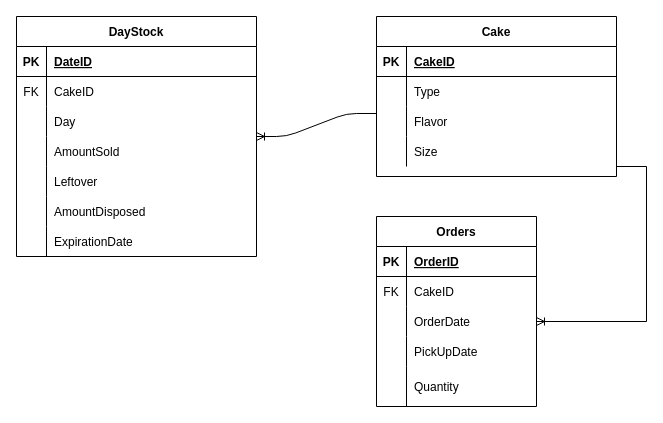
Earlier version of the draw.io diagram final_proj_ERD.drawio (kynanhui/CS157a_Final_Project). Source tidied: cells renumbered, new cells numbered last; positions are measured from the earlier drawing's top-left corner, leaving out a move shared by most shapes. Both pictures are drawn from the tidied source at 100%, with x=0, y=0 at pixel (16, 16).
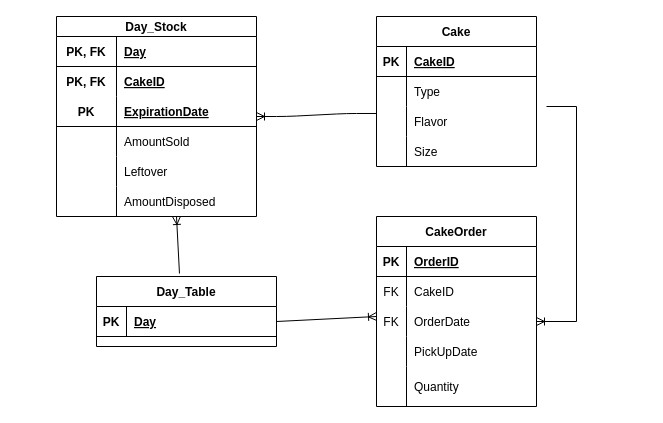
The same page after the edit.

Unchanged cells that the change refers to:
```xml
<mxCell id="44" style="shape=tableRow;horizontal=0;startSize=0;swimlaneHead=0;swimlaneBody=0;fillColor=none;points=[[0,0.5],[1,0.5]];portConstraint=eastwest;top=0;left=0;right=0;bottom=0;" parent="37" vertex="1">
  <mxGeometry y="90" width="160" height="30" as="geometry" />
</mxCell>
```

The edit, as a diff of the source:
```diff
@@
     <mxCell id="2" value="Cake" style="shape=table;startSize=30;childLayout=tableLayout;rowLines=0;fontStyle=1;align=center;rounded=0;" parent="1" vertex="1">
-      <mxGeometry x="360" width="240" height="160" as="geometry" />
+      <mxGeometry x="360" width="160" height="150" as="geometry" />
     </mxCell>
     <mxCell id="3" style="shape=partialRectangle;fillColor=none;top=0;left=0;right=0;bottom=1;rounded=0;" parent="2" vertex="1">
-      <mxGeometry y="30" width="240" height="30" as="geometry" />
+      <mxGeometry y="30" width="160" height="30" as="geometry" />
     </mxCell>
@@
     <mxCell id="5" value="CakeID" style="shape=partialRectangle;overflow=hidden;fillColor=none;top=0;left=0;bottom=0;right=0;align=left;spacingLeft=6;fontStyle=5;rounded=0;" parent="3" vertex="1">
-      <mxGeometry x="30" width="210" height="30" as="geometry" />
+      <mxGeometry x="30" width="130" height="30" as="geometry" />
     </mxCell>
     <mxCell id="6" style="shape=partialRectangle;fillColor=none;top=0;left=0;right=0;bottom=0;rounded=0;" parent="2" vertex="1">
-      <mxGeometry y="60" width="240" height="30" as="geometry" />
+      <mxGeometry y="60" width="160" height="30" as="geometry" />
     </mxCell>
@@
     <mxCell id="8" value="Type" style="shape=partialRectangle;overflow=hidden;fillColor=none;top=0;left=0;bottom=0;right=0;align=left;spacingLeft=6;rounded=0;" parent="6" vertex="1">
-      <mxGeometry x="30" width="210" height="30" as="geometry" />
+      <mxGeometry x="30" width="130" height="30" as="geometry" />
     </mxCell>
     <mxCell id="9" style="shape=partialRectangle;fillColor=none;points=[[0,0.5],[1,0.5]];portConstraint=eastwest;top=0;left=0;right=0;bottom=0;rounded=0;" parent="2" vertex="1">
-      <mxGeometry y="90" width="240" height="30" as="geometry" />
+      <mxGeometry y="90" width="160" height="30" as="geometry" />
     </mxCell>
@@
     <mxCell id="11" value="Flavor" style="shape=partialRectangle;overflow=hidden;fillColor=none;top=0;left=0;bottom=0;right=0;align=left;spacingLeft=6;rounded=0;" parent="9" vertex="1">
-      <mxGeometry x="30" width="210" height="30" as="geometry" />
+      <mxGeometry x="30" width="130" height="30" as="geometry" />
     </mxCell>
     <mxCell id="12" style="shape=tableRow;horizontal=0;startSize=0;swimlaneHead=0;swimlaneBody=0;fillColor=none;top=0;left=0;right=0;bottom=0;" parent="2" vertex="1">
-      <mxGeometry y="120" width="240" height="30" as="geometry" />
+      <mxGeometry y="120" width="160" height="30" as="geometry" />
     </mxCell>
@@
     <mxCell id="14" value="Size" style="shape=partialRectangle;fillColor=none;top=0;left=0;bottom=0;right=0;align=left;spacingLeft=6;overflow=hidden;" parent="12" vertex="1">
-      <mxGeometry x="30" width="210" height="30" as="geometry" />
+      <mxGeometry x="30" width="130" height="30" as="geometry" />
     </mxCell>
-    <mxCell id="15" value="DayStock" style="shape=table;startSize=30;childLayout=tableLayout;rowLines=0;fontStyle=1;align=center;rounded=0;" parent="1" vertex="1">
-      <mxGeometry width="240" height="240" as="geometry" />
+    <mxCell id="15" value="Day_Stock" style="shape=table;startSize=20;childLayout=tableLayout;rowLines=0;fontStyle=1;align=center;rounded=0;" parent="1" vertex="1">
+      <mxGeometry x="40" width="200" height="200" as="geometry" />
     </mxCell>
     <mxCell id="16" style="shape=partialRectangle;fillColor=none;top=0;left=0;right=0;bottom=1;rounded=0;" parent="15" vertex="1">
-      <mxGeometry y="30" width="240" height="30" as="geometry" />
+      <mxGeometry y="20" width="200" height="30" as="geometry" />
     </mxCell>
-    <mxCell id="17" value="PK" style="shape=partialRectangle;overflow=hidden;fillColor=none;top=0;left=0;bottom=0;right=0;fontStyle=1;rounded=0;" parent="16" vertex="1">
-      <mxGeometry width="30" height="30" as="geometry" />
+    <mxCell id="17" value="PK, FK" style="shape=partialRectangle;overflow=hidden;fillColor=none;top=0;left=0;bottom=0;right=0;fontStyle=1;rounded=0;" parent="16" vertex="1">
+      <mxGeometry width="60" height="30" as="geometry" />
     </mxCell>
-    <mxCell id="18" value="DateID" style="shape=partialRectangle;overflow=hidden;fillColor=none;top=0;left=0;bottom=0;right=0;align=left;spacingLeft=6;fontStyle=5;rounded=0;" parent="16" vertex="1">
-      <mxGeometry x="30" width="210" height="30" as="geometry" />
+    <mxCell id="18" value="Day" style="shape=partialRectangle;overflow=hidden;fillColor=none;top=0;left=0;bottom=0;right=0;align=left;spacingLeft=6;fontStyle=5;rounded=0;" parent="16" vertex="1">
+      <mxGeometry x="60" width="140" height="30" as="geometry" />
     </mxCell>
     <mxCell id="19" style="shape=tableRow;horizontal=0;startSize=0;swimlaneHead=0;swimlaneBody=0;fillColor=none;top=0;left=0;right=0;bottom=0;" parent="15" vertex="1">
-      <mxGeometry y="60" width="240" height="30" as="geometry" />
+      <mxGeometry y="50" width="200" height="30" as="geometry" />
     </mxCell>
-    <mxCell id="20" value="FK" style="shape=partialRectangle;fillColor=none;top=0;left=0;bottom=0;right=0;fontStyle=0;overflow=hidden;" parent="19" vertex="1">
-      <mxGeometry width="30" height="30" as="geometry" />
+    <mxCell id="20" value="PK, FK" style="shape=partialRectangle;fillColor=none;top=0;left=0;bottom=0;right=0;fontStyle=1;overflow=hidden;" parent="19" vertex="1">
+      <mxGeometry width="60" height="30" as="geometry" />
     </mxCell>
-    <mxCell id="21" value="CakeID" style="shape=partialRectangle;fillColor=none;top=0;left=0;bottom=0;right=0;align=left;spacingLeft=6;fontStyle=0;overflow=hidden;" parent="19" vertex="1">
-      <mxGeometry x="30" width="210" height="30" as="geometry" />
+    <mxCell id="21" value="CakeID" style="shape=partialRectangle;fillColor=none;top=0;left=0;bottom=0;right=0;align=left;spacingLeft=6;fontStyle=5;overflow=hidden;" parent="19" vertex="1">
+      <mxGeometry x="60" width="140" height="30" as="geometry" />
     </mxCell>
-    <mxCell id="22" style="shape=tableRow;horizontal=0;startSize=0;swimlaneHead=0;swimlaneBody=0;fillColor=none;top=0;left=0;right=0;bottom=0;" parent="15" vertex="1">
-      <mxGeometry y="90" width="240" height="30" as="geometry" />
-    </mxCell>
-    <mxCell id="23" style="shape=partialRectangle;fillColor=none;top=0;left=0;bottom=0;right=0;overflow=hidden;" parent="22" vertex="1">
-      <mxGeometry width="30" height="30" as="geometry" />
-    </mxCell>
-    <mxCell id="24" value="Day" style="shape=partialRectangle;fillColor=none;top=0;left=0;bottom=0;right=0;align=left;spacingLeft=6;overflow=hidden;" parent="22" vertex="1">
-      <mxGeometry x="30" width="210" height="30" as="geometry" />
-    </mxCell>
+    <mxCell id="55" style="shape=tableRow;horizontal=0;startSize=0;swimlaneHead=0;swimlaneBody=0;fillColor=none;top=0;left=0;right=0;bottom=1;" parent="15" vertex="1">
+      <mxGeometry y="80" width="200" height="30" as="geometry" />
+    </mxCell>
+    <mxCell id="56" value="PK" style="shape=partialRectangle;fillColor=none;top=0;left=0;bottom=0;right=0;fontStyle=1;overflow=hidden;" parent="55" vertex="1">
+      <mxGeometry width="60" height="30" as="geometry" />
+    </mxCell>
+    <mxCell id="36" value="ExpirationDate" style="shape=partialRectangle;fillColor=none;top=0;left=0;bottom=0;right=0;align=left;spacingLeft=6;fontStyle=5;overflow=hidden;" parent="55" vertex="1">
+      <mxGeometry x="60" width="140" height="30" as="geometry" />
+    </mxCell>
     <mxCell id="25" style="shape=partialRectangle;fillColor=none;top=0;left=0;right=0;bottom=0;rounded=0;" parent="15" vertex="1">
-      <mxGeometry y="120" width="240" height="30" as="geometry" />
+      <mxGeometry y="110" width="200" height="30" as="geometry" />
     </mxCell>
     <mxCell id="26" style="shape=partialRectangle;overflow=hidden;fillColor=none;top=0;left=0;bottom=0;right=0;rounded=0;" parent="25" vertex="1">
-      <mxGeometry width="30" height="30" as="geometry" />
+      <mxGeometry width="60" height="30" as="geometry" />
     </mxCell>
     <mxCell id="27" value="AmountSold" style="shape=partialRectangle;overflow=hidden;fillColor=none;top=0;left=0;bottom=0;right=0;align=left;spacingLeft=6;rounded=0;" parent="25" vertex="1">
-      <mxGeometry x="30" width="210" height="30" as="geometry" />
+      <mxGeometry x="60" width="140" height="30" as="geometry" />
     </mxCell>
     <mxCell id="28" style="shape=tableRow;horizontal=0;startSize=0;swimlaneHead=0;swimlaneBody=0;fillColor=none;top=0;left=0;right=0;bottom=0;" parent="15" vertex="1">
-      <mxGeometry y="150" width="240" height="30" as="geometry" />
+      <mxGeometry y="140" width="200" height="30" as="geometry" />
     </mxCell>
     <mxCell id="29" style="shape=partialRectangle;fillColor=none;top=0;left=0;bottom=0;right=0;overflow=hidden;" parent="28" vertex="1">
-      <mxGeometry width="30" height="30" as="geometry" />
+      <mxGeometry width="60" height="30" as="geometry" />
     </mxCell>
     <mxCell id="30" value="Leftover" style="shape=partialRectangle;fillColor=none;top=0;left=0;bottom=0;right=0;align=left;spacingLeft=6;overflow=hidden;" parent="28" vertex="1">
-      <mxGeometry x="30" width="210" height="30" as="geometry" />
+      <mxGeometry x="60" width="140" height="30" as="geometry" />
     </mxCell>
     <mxCell id="31" style="shape=tableRow;horizontal=0;startSize=0;swimlaneHead=0;swimlaneBody=0;fillColor=none;top=0;left=0;right=0;bottom=0;" parent="15" vertex="1">
-      <mxGeometry y="180" width="240" height="30" as="geometry" />
+      <mxGeometry y="170" width="200" height="30" as="geometry" />
     </mxCell>
     <mxCell id="32" style="shape=partialRectangle;fillColor=none;top=0;left=0;bottom=0;right=0;overflow=hidden;" parent="31" vertex="1">
-      <mxGeometry width="30" height="30" as="geometry" />
+      <mxGeometry width="60" height="30" as="geometry" />
     </mxCell>
     <mxCell id="33" value="AmountDisposed" style="shape=partialRectangle;fillColor=none;top=0;left=0;bottom=0;right=0;align=left;spacingLeft=6;overflow=hidden;" parent="31" vertex="1">
-      <mxGeometry x="30" width="210" height="30" as="geometry" />
+      <mxGeometry x="60" width="140" height="30" as="geometry" />
     </mxCell>
-    <mxCell id="34" style="shape=tableRow;horizontal=0;startSize=0;swimlaneHead=0;swimlaneBody=0;fillColor=none;top=0;left=0;right=0;bottom=0;" parent="15" vertex="1">
-      <mxGeometry y="210" width="240" height="30" as="geometry" />
-    </mxCell>
-    <mxCell id="35" style="shape=partialRectangle;fillColor=none;top=0;left=0;bottom=0;right=0;overflow=hidden;" parent="34" vertex="1">
-      <mxGeometry width="30" height="30" as="geometry" />
-    </mxCell>
-    <mxCell id="36" value="ExpirationDate" style="shape=partialRectangle;fillColor=none;top=0;left=0;bottom=0;right=0;align=left;spacingLeft=6;overflow=hidden;" parent="34" vertex="1">
-      <mxGeometry x="30" width="210" height="30" as="geometry" />
-    </mxCell>
-    <mxCell id="37" value="Orders" style="shape=table;startSize=30;childLayout=tableLayout;rowLines=0;fontStyle=1;align=center;" parent="1" vertex="1">
+    <mxCell id="37" value="CakeOrder" style="shape=table;startSize=30;childLayout=tableLayout;rowLines=0;fontStyle=1;align=center;" parent="1" vertex="1">
       <mxGeometry x="360" y="200" width="160" height="190" as="geometry" />
     </mxCell>
@@
-    <mxCell id="45" style="shape=partialRectangle;fillColor=none;top=0;left=0;bottom=0;right=0;overflow=hidden;" parent="44" vertex="1">
+    <mxCell id="45" value="FK" style="shape=partialRectangle;fillColor=none;top=0;left=0;bottom=0;right=0;overflow=hidden;" parent="44" vertex="1">
       <mxGeometry width="30" height="30" as="geometry" />
     </mxCell>
@@
-    <mxCell id="54" style="edgeStyle=entityRelationEdgeStyle;fontSize=12;html=1;endArrow=ERoneToMany;rounded=0;" parent="1" edge="1" target="44">
-      <mxGeometry relative="1" as="geometry">
-        <mxPoint x="600" y="150" as="sourcePoint" />
-      </mxGeometry>
-    </mxCell>
+    <mxCell id="57" value="Day_Table" style="shape=table;startSize=30;childLayout=tableLayout;rowLines=0;fontStyle=1;align=center;" parent="1" vertex="1">
+      <mxGeometry x="80" y="260" width="180" height="70" as="geometry" />
+    </mxCell>
+    <mxCell id="58" style="shape=tableRow;horizontal=0;startSize=0;swimlaneHead=0;swimlaneBody=0;fillColor=none;points=[[0,0.5],[1,0.5]];portConstraint=eastwest;top=0;left=0;right=0;bottom=1;" parent="57" vertex="1">
+      <mxGeometry y="30" width="180" height="30" as="geometry" />
+    </mxCell>
+    <mxCell id="59" value="PK" style="shape=partialRectangle;fillColor=none;top=0;left=0;bottom=0;right=0;fontStyle=1;overflow=hidden;" parent="58" vertex="1">
+      <mxGeometry width="30" height="30" as="geometry" />
+    </mxCell>
+    <mxCell id="24" value="Day" style="shape=partialRectangle;fillColor=none;top=0;left=0;bottom=0;right=0;align=left;spacingLeft=6;fontStyle=5;overflow=hidden;" parent="58" vertex="1">
+      <mxGeometry x="30" width="150" height="30" as="geometry" />
+    </mxCell>
+    <mxCell id="60" style="fontSize=12;html=1;endArrow=ERoneToMany;rounded=0;exitX=1;exitY=0.5;exitDx=0;exitDy=0;" parent="1" edge="1" source="58">
+      <mxGeometry relative="1" as="geometry">
+        <mxPoint x="360" y="300" as="targetPoint" />
+      </mxGeometry>
+    </mxCell>
+    <mxCell id="61" style="fontSize=12;html=1;endArrow=ERoneToMany;rounded=0;exitX=0.461;exitY=-0.043;exitDx=0;exitDy=0;exitPerimeter=0;" parent="1" edge="1" source="57">
+      <mxGeometry relative="1" as="geometry">
+        <mxPoint x="160" y="200" as="targetPoint" />
+      </mxGeometry>
+    </mxCell>
+    <mxCell id="62" style="edgeStyle=entityRelationEdgeStyle;fontSize=12;html=1;endArrow=ERoneToMany;rounded=0;entryX=1;entryY=0.5;entryDx=0;entryDy=0;" parent="1" edge="1" target="44">
+      <mxGeometry relative="1" as="geometry">
+        <mxPoint x="530" y="90" as="sourcePoint" />
+      </mxGeometry>
+    </mxCell>
```
